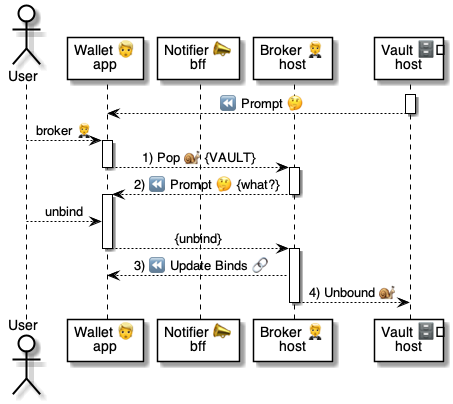
This is 4 ⚙️ Solution/20 🧑‍🦰 UI/Wallets 🧑‍🦰/🧑‍🦰💬 Wallet chats/...in Vaults 🗄️/Unbind 💬🗄️🤵 /🧑‍🦰 Unbind vault ⚙️ uml.png from pollyweb-org/pollyweb-docs, a PlantUML export, as it was before one commit. Its source is kept beside it as 4 ⚙️ Solution/20 🧑‍🦰 UI/Wallets 🧑‍🦰/🧑‍🦰💬 Wallet chats/...in Vaults 🗄️/Unbind 💬🗄️🤵 /🧑‍🦰 Unbind vault ⚙️ uml.puml. The source it was exported from:
```plantuml
@startuml Unbind


actor "User" as user
participant "Wallet 👱\napp" as wallet
participant "Notifier 📣\nbff" as notifier
participant "Broker 🤵\nhost" as broker
participant "Vault 🗄️\nhost" as vault


activate vault
    vault --> wallet: ⏪ Prompt 🤔
deactivate vault

user --> wallet: broker 🤵
activate wallet
    wallet --> broker: 1) Pop 🐌 {VAULT}
deactivate wallet
activate broker
    broker --> wallet: 2) ⏪ Prompt 🤔 {what?}
deactivate broker

activate wallet
    user --> wallet: unbind
    wallet --> broker: {unbind}
deactivate wallet

activate broker
    broker --> wallet: 3) ⏪ Update Binds 🔗
    broker --> vault: 4) Unbound 🐌
deactivate broker


@enduml
```
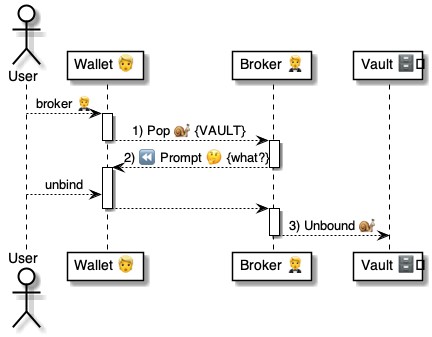
The same diagram one commit later.

The edit, as a diff of the source:
```diff
@@ -2,15 +2,10 @@
 
 
 actor "User" as user
-participant "Wallet 👱\napp" as wallet
-participant "Notifier 📣\nbff" as notifier
-participant "Broker 🤵\nhost" as broker
-participant "Vault 🗄️\nhost" as vault
+participant "Wallet 👱" as wallet
+participant "Broker 🤵" as broker
+participant "Vault 🗄️" as vault
 
-
-activate vault
-    vault --> wallet: ⏪ Prompt 🤔
-deactivate vault
 
 user --> wallet: broker 🤵
 activate wallet
@@ -22,12 +17,11 @@
 
 activate wallet
     user --> wallet: unbind
-    wallet --> broker: {unbind}
+    wallet --> broker:
 deactivate wallet
 
 activate broker
-    broker --> wallet: 3) ⏪ Update Binds 🔗
-    broker --> vault: 4) Unbound 🐌
+    broker --> vault: 3) Unbound 🐌
 deactivate broker
 
 
```
